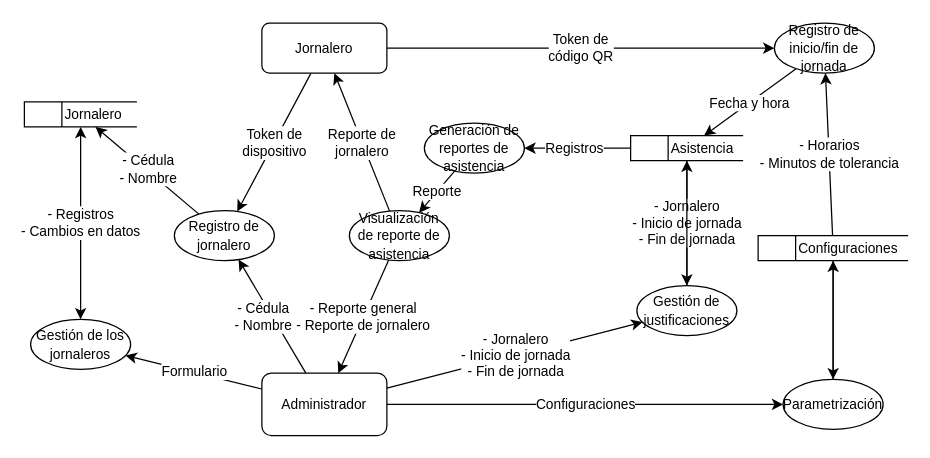
71walceli/UAE.6SA.PIS.ControlAsistenciaFincaLolita keeps this draw.io diagram as page "DFD Nivel 1" (3 of 6) of Documentación/Diagramas.drawio. Above is the earlier version. Source tidied: cells renumbered, new cells numbered last; positions are measured from the earlier drawing's top-left corner, leaving out a move shared by most shapes. Both pictures are drawn from the tidied source at 125%, with x=0, y=0 at pixel (24, 22).
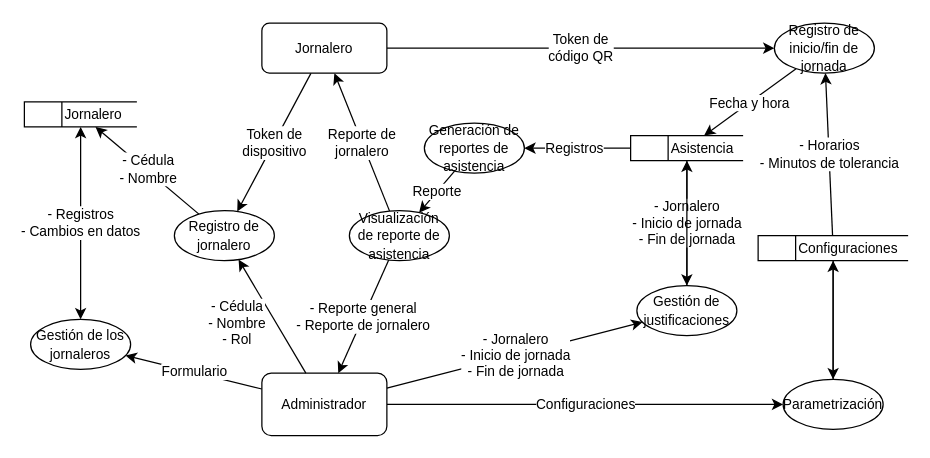
Above is the later version.

The change refers to these unchanged cells:
```xml
<mxCell id="19" value="Administrador" style="rounded=1;whiteSpace=wrap;html=1;fontSize=11;" parent="1" vertex="1">
  <mxGeometry x="190" y="280" width="100" height="50" as="geometry" />
</mxCell>
<mxCell id="26" value="&lt;font style=&quot;line-height: 1 ; font-size: 11px&quot;&gt;Registro de jornalero&lt;/font&gt;" style="ellipse;whiteSpace=wrap;html=1;" parent="1" vertex="1">
  <mxGeometry x="120" y="150" width="80" height="40" as="geometry" />
</mxCell>
```

Change to the diagram source:
```diff
@@
-    <mxCell id="25" value="&lt;div style=&quot;&quot;&gt;&lt;/div&gt;&lt;div style=&quot;&quot;&gt;- Cédula&lt;/div&gt;&lt;div style=&quot;&quot;&gt;- Nombre&lt;/div&gt;" style="edgeStyle=none;rounded=0;jettySize=auto;html=1;fontSize=11;startArrow=none;startFill=0;endArrow=classic;endFill=1;align=center;" parent="1" edge="1" source="19" target="26">
-      <mxGeometry x="0.07" y="7" relative="1" as="geometry" />
+    <mxCell id="25" value="&lt;div style=&quot;&quot;&gt;&lt;/div&gt;&lt;div style=&quot;&quot;&gt;- Cédula&lt;/div&gt;&lt;div style=&quot;&quot;&gt;- Nombre&lt;/div&gt;&lt;div style=&quot;&quot;&gt;- Rol&lt;/div&gt;" style="edgeStyle=none;rounded=0;jettySize=auto;html=1;fontSize=11;startArrow=none;startFill=0;endArrow=classic;endFill=1;align=center;" parent="1" edge="1" source="19" target="26">
+      <mxGeometry x="0.18" y="27" relative="1" as="geometry" />
     </mxCell>
```
